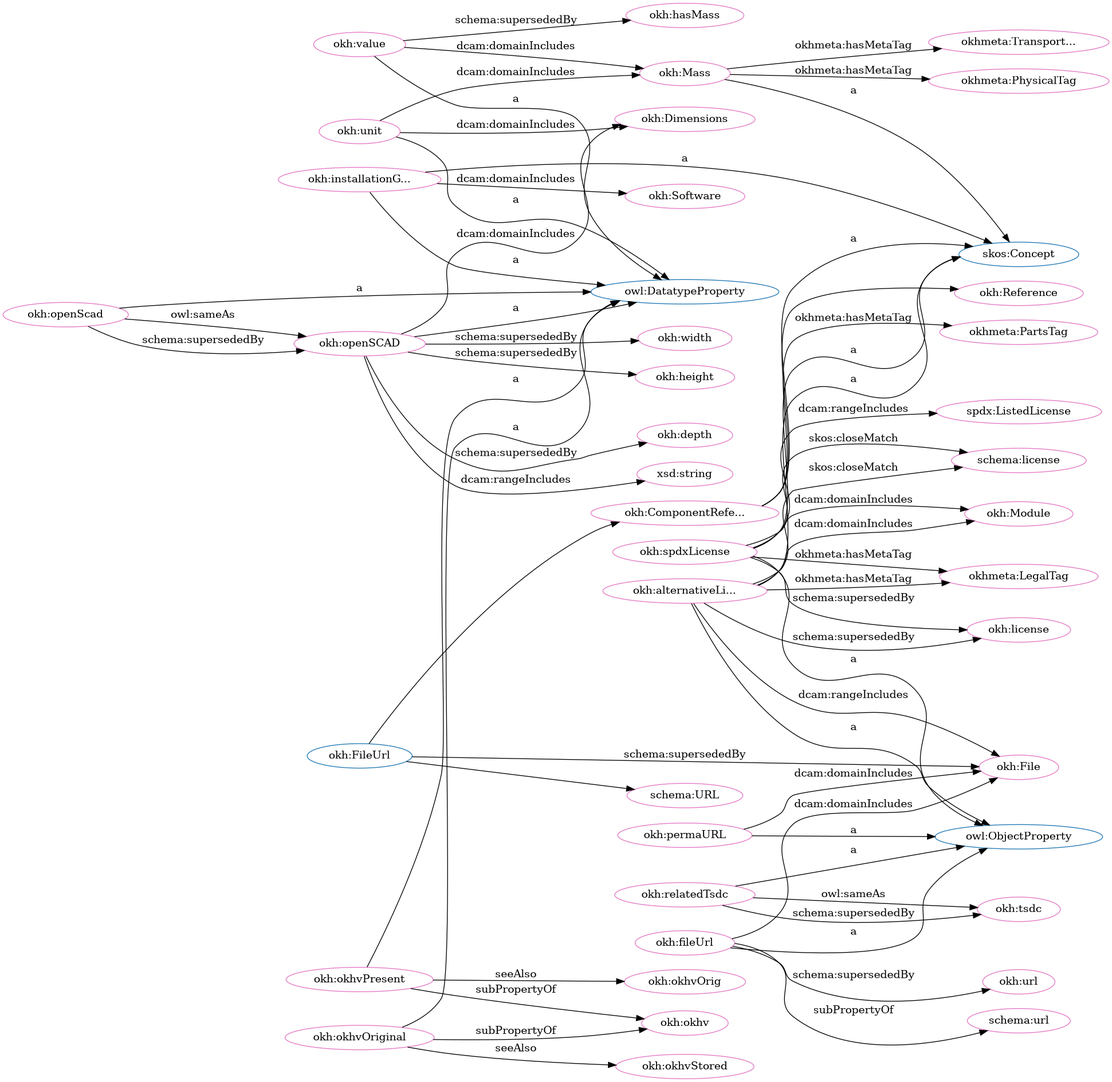
This is src/spec/dot_okh_deprecated.png from iop-alliance/OpenKnowHow, a Graphviz export, as it was before one commit. Its source is kept beside it as src/spec/dot_okh_deprecated.dot.
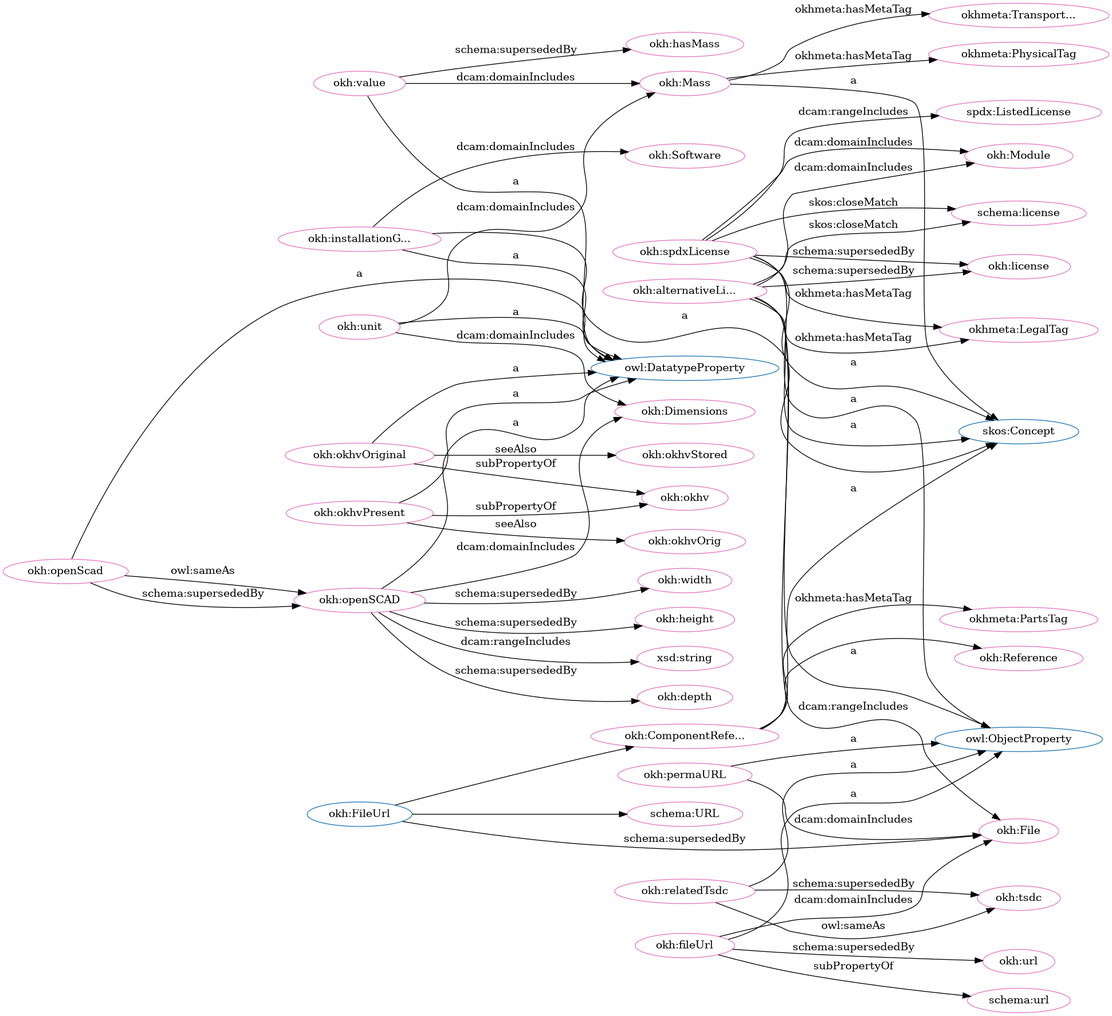
The same file after the commit.

The edit, as a diff of the source:
```diff
@@ -1,106 +1,106 @@
 digraph G {
   rankdir=BT
   node[height=.3]
+"http://w3id.org/oseg/ont/okh#Reference" [fillcolor="#1f77b4" color="#1f77b4" label="okh:Reference"]
+"http://w3id.org/oseg/ont/okh#FileUrl" [fillcolor="#1f77b4" color="#1f77b4" label="okh:FileUrl"]
+"http://schema.org/URL" [fillcolor="#1f77b4" color="#1f77b4" label="schema:URL"]
 "http://www.w3.org/2002/07/owl#DatatypeProperty" [fillcolor="#1f77b4" color="#1f77b4" label="owl:DatatypeProperty"]
-"http://schema.org/URL" [fillcolor="#1f77b4" color="#1f77b4" label="schema:URL"]
 "http://www.w3.org/2004/02/skos/core#Concept" [fillcolor="#1f77b4" color="#1f77b4" label="skos:Concept"]
-"http://w3id.org/oseg/ont/okh#Reference" [fillcolor="#1f77b4" color="#1f77b4" label="okh:Reference"]
+"http://www.w3.org/2002/07/owl#ObjectProperty" [fillcolor="#1f77b4" color="#1f77b4" label="owl:ObjectProperty"]
+"http://w3id.org/oseg/ont/okh#ComponentReference" [fillcolor="#1f77b4" color="#1f77b4" label="okh:ComponentRefe..."]
 "http://w3id.org/oseg/ont/okh#Mass" [fillcolor="#1f77b4" color="#1f77b4" label="okh:Mass"]
-"http://w3id.org/oseg/ont/okh#ComponentReference" [fillcolor="#1f77b4" color="#1f77b4" label="okh:ComponentRefe..."]
-"http://w3id.org/oseg/ont/okh#FileUrl" [fillcolor="#1f77b4" color="#1f77b4" label="okh:FileUrl"]
-"http://www.w3.org/2002/07/owl#ObjectProperty" [fillcolor="#1f77b4" color="#1f77b4" label="owl:ObjectProperty"]
+"http://w3id.org/oseg/ont/okh#relatedTsdc" [fillcolor="#e377c2" color="#e377c2" label="okh:relatedTsdc"]
+"http://w3id.org/oseg/ont/okh#spdxLicense" [fillcolor="#e377c2" color="#e377c2" label="okh:spdxLicense"]
+"http://w3id.org/oseg/ont/okhmetaPhysicalTag" [fillcolor="#e377c2" color="#e377c2" label="okhmeta:PhysicalTag"]
+"http://w3id.org/oseg/ont/okhmetaLegalTag" [fillcolor="#e377c2" color="#e377c2" label="okhmeta:LegalTag"]
+"http://w3id.org/oseg/ont/okh#okhvOriginal" [fillcolor="#e377c2" color="#e377c2" label="okh:okhvOriginal"]
+"http://w3id.org/oseg/ont/okh#tsdc" [fillcolor="#e377c2" color="#e377c2" label="okh:tsdc"]
+"http://w3id.org/oseg/ont/okh#value" [fillcolor="#e377c2" color="#e377c2" label="okh:value"]
+"http://w3id.org/oseg/ont/okh#okhvPresent" [fillcolor="#e377c2" color="#e377c2" label="okh:okhvPresent"]
+"http://w3id.org/oseg/ont/okh#installationGuide" [fillcolor="#e377c2" color="#e377c2" label="okh:installationG..."]
+"http://w3id.org/oseg/ont/okh#Mass" [fillcolor="#e377c2" color="#e377c2" label="okh:Mass"]
+"http://w3id.org/oseg/ont/okh#ComponentReference" [fillcolor="#e377c2" color="#e377c2" label="okh:ComponentRefe..."]
+"http://schema.org/URL" [fillcolor="#e377c2" color="#e377c2" label="schema:URL"]
+"http://w3id.org/oseg/ont/okh#File" [fillcolor="#e377c2" color="#e377c2" label="okh:File"]
+"http://w3id.org/oseg/ont/okh#Reference" [fillcolor="#e377c2" color="#e377c2" label="okh:Reference"]
+"http://w3id.org/oseg/ont/okh#openScad" [fillcolor="#e377c2" color="#e377c2" label="okh:openScad"]
+"http://w3id.org/oseg/ont/okh#height" [fillcolor="#e377c2" color="#e377c2" label="okh:height"]
+"http://w3id.org/oseg/ont/okh#fileUrl" [fillcolor="#e377c2" color="#e377c2" label="okh:fileUrl"]
+"http://w3id.org/oseg/ont/okh#unit" [fillcolor="#e377c2" color="#e377c2" label="okh:unit"]
 "http://w3id.org/oseg/ont/okh#Dimensions" [fillcolor="#e377c2" color="#e377c2" label="okh:Dimensions"]
+"http://schema.org/license" [fillcolor="#e377c2" color="#e377c2" label="schema:license"]
+"http://w3id.org/oseg/ont/okh#url" [fillcolor="#e377c2" color="#e377c2" label="okh:url"]
 "http://w3id.org/oseg/ont/okh#depth" [fillcolor="#e377c2" color="#e377c2" label="okh:depth"]
+"http://w3id.org/oseg/ont/okh#alternativeLicense" [fillcolor="#e377c2" color="#e377c2" label="okh:alternativeLi..."]
+"http://w3id.org/oseg/ont/okh#hasMass" [fillcolor="#e377c2" color="#e377c2" label="okh:hasMass"]
+"http://spdx.org/rdf/terms#ListedLicense" [fillcolor="#e377c2" color="#e377c2" label="spdx:ListedLicense"]
+"http://w3id.org/oseg/ont/okh#okhvOrig" [fillcolor="#e377c2" color="#e377c2" label="okh:okhvOrig"]
+"http://w3id.org/oseg/ont/okh#openSCAD" [fillcolor="#e377c2" color="#e377c2" label="okh:openSCAD"]
+"http://w3id.org/oseg/ont/okh#Module" [fillcolor="#e377c2" color="#e377c2" label="okh:Module"]
+"http://w3id.org/oseg/ont/okhmetaTransportationTag" [fillcolor="#e377c2" color="#e377c2" label="okhmeta:Transport..."]
+"http://w3id.org/oseg/ont/okh#license" [fillcolor="#e377c2" color="#e377c2" label="okh:license"]
 "http://w3id.org/oseg/ont/okh#okhv" [fillcolor="#e377c2" color="#e377c2" label="okh:okhv"]
-"http://w3id.org/oseg/ont/okh#Mass" [fillcolor="#e377c2" color="#e377c2" label="okh:Mass"]
+"http://w3id.org/oseg/ont/okh#width" [fillcolor="#e377c2" color="#e377c2" label="okh:width"]
+"http://www.w3.org/2001/XMLSchema#string" [fillcolor="#e377c2" color="#e377c2" label="xsd:string"]
+"http://w3id.org/oseg/ont/okh#okhvStored" [fillcolor="#e377c2" color="#e377c2" label="okh:okhvStored"]
+"http://w3id.org/oseg/ont/okh#permaURL" [fillcolor="#e377c2" color="#e377c2" label="okh:permaURL"]
+"http://w3id.org/oseg/ont/okh#Software" [fillcolor="#e377c2" color="#e377c2" label="okh:Software"]
 "http://schema.org/url" [fillcolor="#e377c2" color="#e377c2" label="schema:url"]
-"http://w3id.org/oseg/ont/okh#File" [fillcolor="#e377c2" color="#e377c2" label="okh:File"]
-"http://w3id.org/oseg/ont/okhmetaLegalTag" [fillcolor="#e377c2" color="#e377c2" label="okhmeta:LegalTag"]
-"http://w3id.org/oseg/ont/okh#alternativeLicense" [fillcolor="#e377c2" color="#e377c2" label="okh:alternativeLi..."]
-"http://schema.org/license" [fillcolor="#e377c2" color="#e377c2" label="schema:license"]
-"http://w3id.org/oseg/ont/okh#Module" [fillcolor="#e377c2" color="#e377c2" label="okh:Module"]
-"http://w3id.org/oseg/ont/okh#hasMass" [fillcolor="#e377c2" color="#e377c2" label="okh:hasMass"]
-"http://w3id.org/oseg/ont/okh#license" [fillcolor="#e377c2" color="#e377c2" label="okh:license"]
-"http://www.w3.org/2001/XMLSchema#string" [fillcolor="#e377c2" color="#e377c2" label="xsd:string"]
-"http://w3id.org/oseg/ont/okh#ComponentReference" [fillcolor="#e377c2" color="#e377c2" label="okh:ComponentRefe..."]
 "http://w3id.org/oseg/ont/okhmetaPartsTag" [fillcolor="#e377c2" color="#e377c2" label="okhmeta:PartsTag"]
-"http://w3id.org/oseg/ont/okh#width" [fillcolor="#e377c2" color="#e377c2" label="okh:width"]
-"http://w3id.org/oseg/ont/okh#spdxLicense" [fillcolor="#e377c2" color="#e377c2" label="okh:spdxLicense"]
-"http://w3id.org/oseg/ont/okhmetaTransportationTag" [fillcolor="#e377c2" color="#e377c2" label="okhmeta:Transport..."]
-"http://w3id.org/oseg/ont/okh#installationGuide" [fillcolor="#e377c2" color="#e377c2" label="okh:installationG..."]
-"http://spdx.org/rdf/terms#ListedLicense" [fillcolor="#e377c2" color="#e377c2" label="spdx:ListedLicense"]
-"http://w3id.org/oseg/ont/okh#openScad" [fillcolor="#e377c2" color="#e377c2" label="okh:openScad"]
-"http://w3id.org/oseg/ont/okh#Reference" [fillcolor="#e377c2" color="#e377c2" label="okh:Reference"]
-"http://w3id.org/oseg/ont/okh#value" [fillcolor="#e377c2" color="#e377c2" label="okh:value"]
-"http://w3id.org/oseg/ont/okh#openSCAD" [fillcolor="#e377c2" color="#e377c2" label="okh:openSCAD"]
-"http://w3id.org/oseg/ont/okh#permaURL" [fillcolor="#e377c2" color="#e377c2" label="okh:permaURL"]
-"http://w3id.org/oseg/ont/okh#okhvStored" [fillcolor="#e377c2" color="#e377c2" label="okh:okhvStored"]
-"http://w3id.org/oseg/ont/okh#tsdc" [fillcolor="#e377c2" color="#e377c2" label="okh:tsdc"]
-"http://w3id.org/oseg/ont/okh#url" [fillcolor="#e377c2" color="#e377c2" label="okh:url"]
-"http://w3id.org/oseg/ont/okh#Software" [fillcolor="#e377c2" color="#e377c2" label="okh:Software"]
-"http://w3id.org/oseg/ont/okhmetaPhysicalTag" [fillcolor="#e377c2" color="#e377c2" label="okhmeta:PhysicalTag"]
-"http://w3id.org/oseg/ont/okh#okhvPresent" [fillcolor="#e377c2" color="#e377c2" label="okh:okhvPresent"]
-"http://w3id.org/oseg/ont/okh#unit" [fillcolor="#e377c2" color="#e377c2" label="okh:unit"]
-"http://w3id.org/oseg/ont/okh#relatedTsdc" [fillcolor="#e377c2" color="#e377c2" label="okh:relatedTsdc"]
-"http://w3id.org/oseg/ont/okh#okhvOriginal" [fillcolor="#e377c2" color="#e377c2" label="okh:okhvOriginal"]
-"http://schema.org/URL" [fillcolor="#e377c2" color="#e377c2" label="schema:URL"]
-"http://w3id.org/oseg/ont/okh#fileUrl" [fillcolor="#e377c2" color="#e377c2" label="okh:fileUrl"]
-"http://w3id.org/oseg/ont/okh#height" [fillcolor="#e377c2" color="#e377c2" label="okh:height"]
-"http://w3id.org/oseg/ont/okh#okhvOrig" [fillcolor="#e377c2" color="#e377c2" label="okh:okhvOrig"]
+  "http://w3id.org/oseg/ont/okh#relatedTsdc" -> "http://www.w3.org/2002/07/owl#ObjectProperty" [label="a"]
+  "http://w3id.org/oseg/ont/okh#spdxLicense" -> "http://www.w3.org/2004/02/skos/core#Concept" [label="a"]
+  "http://w3id.org/oseg/ont/okh#Mass" -> "http://w3id.org/oseg/ont/okhmetaPhysicalTag" [label="okhmeta:hasMetaTag"]
+  "http://w3id.org/oseg/ont/okh#spdxLicense" -> "http://w3id.org/oseg/ont/okhmetaLegalTag" [label="okhmeta:hasMetaTag"]
+  "http://w3id.org/oseg/ont/okh#okhvOriginal" -> "http://www.w3.org/2002/07/owl#DatatypeProperty" [label="a"]
+  "http://w3id.org/oseg/ont/okh#relatedTsdc" -> "http://w3id.org/oseg/ont/okh#tsdc" [label="schema:supersededBy"]
+  "http://w3id.org/oseg/ont/okh#value" -> "http://www.w3.org/2002/07/owl#DatatypeProperty" [label="a"]
+  "http://w3id.org/oseg/ont/okh#okhvPresent" -> "http://www.w3.org/2002/07/owl#DatatypeProperty" [label="a"]
+  "http://w3id.org/oseg/ont/okh#installationGuide" -> "http://www.w3.org/2004/02/skos/core#Concept" [label="a"]
+  "http://w3id.org/oseg/ont/okh#Mass" -> "http://www.w3.org/2004/02/skos/core#Concept" [label="a"]
+  "http://w3id.org/oseg/ont/okh#FileUrl" -> "http://w3id.org/oseg/ont/okh#ComponentReference" [label=""]
+  "http://w3id.org/oseg/ont/okh#value" -> "http://w3id.org/oseg/ont/okh#Mass" [label="dcam:domainIncludes"]
+  "http://w3id.org/oseg/ont/okh#FileUrl" -> "http://schema.org/URL" [label=""]
+  "http://w3id.org/oseg/ont/okh#permaURL" -> "http://w3id.org/oseg/ont/okh#File" [label="dcam:domainIncludes"]
+  "http://w3id.org/oseg/ont/okh#ComponentReference" -> "http://w3id.org/oseg/ont/okh#Reference" [label=""]
+  "http://w3id.org/oseg/ont/okh#openScad" -> "http://www.w3.org/2002/07/owl#DatatypeProperty" [label="a"]
+  "http://w3id.org/oseg/ont/okh#openSCAD" -> "http://w3id.org/oseg/ont/okh#height" [label="schema:supersededBy"]
+  "http://w3id.org/oseg/ont/okh#fileUrl" -> "http://www.w3.org/2002/07/owl#ObjectProperty" [label="a"]
+  "http://w3id.org/oseg/ont/okh#unit" -> "http://www.w3.org/2002/07/owl#DatatypeProperty" [label="a"]
   "http://w3id.org/oseg/ont/okh#openSCAD" -> "http://w3id.org/oseg/ont/okh#Dimensions" [label="dcam:domainIncludes"]
+  "http://w3id.org/oseg/ont/okh#alternativeLicense" -> "http://schema.org/license" [label="skos:closeMatch"]
+  "http://w3id.org/oseg/ont/okh#fileUrl" -> "http://w3id.org/oseg/ont/okh#url" [label="schema:supersededBy"]
   "http://w3id.org/oseg/ont/okh#openSCAD" -> "http://w3id.org/oseg/ont/okh#depth" [label="schema:supersededBy"]
-  "http://w3id.org/oseg/ont/okh#okhvPresent" -> "http://w3id.org/oseg/ont/okh#okhv" [label="subPropertyOf"]
+  "http://w3id.org/oseg/ont/okh#alternativeLicense" -> "http://www.w3.org/2002/07/owl#ObjectProperty" [label="a"]
+  "http://w3id.org/oseg/ont/okh#value" -> "http://w3id.org/oseg/ont/okh#hasMass" [label="schema:supersededBy"]
+  "http://w3id.org/oseg/ont/okh#spdxLicense" -> "http://spdx.org/rdf/terms#ListedLicense" [label="dcam:rangeIncludes"]
   "http://w3id.org/oseg/ont/okh#unit" -> "http://w3id.org/oseg/ont/okh#Mass" [label="dcam:domainIncludes"]
-  "http://w3id.org/oseg/ont/okh#fileUrl" -> "http://schema.org/url" [label="subPropertyOf"]
-  "http://w3id.org/oseg/ont/okh#permaURL" -> "http://w3id.org/oseg/ont/okh#File" [label="dcam:domainIncludes"]
-  "http://w3id.org/oseg/ont/okh#value" -> "http://w3id.org/oseg/ont/okh#Mass" [label="dcam:domainIncludes"]
+  "http://w3id.org/oseg/ont/okh#FileUrl" -> "http://w3id.org/oseg/ont/okh#File" [label="schema:supersededBy"]
+  "http://w3id.org/oseg/ont/okh#okhvPresent" -> "http://w3id.org/oseg/ont/okh#okhvOrig" [label="seeAlso"]
+  "http://w3id.org/oseg/ont/okh#unit" -> "http://w3id.org/oseg/ont/okh#Dimensions" [label="dcam:domainIncludes"]
+  "http://w3id.org/oseg/ont/okh#openScad" -> "http://w3id.org/oseg/ont/okh#openSCAD" [label="schema:supersededBy"]
+  "http://w3id.org/oseg/ont/okh#alternativeLicense" -> "http://w3id.org/oseg/ont/okh#Module" [label="dcam:domainIncludes"]
+  "http://w3id.org/oseg/ont/okh#Mass" -> "http://w3id.org/oseg/ont/okhmetaTransportationTag" [label="okhmeta:hasMetaTag"]
   "http://w3id.org/oseg/ont/okh#alternativeLicense" -> "http://w3id.org/oseg/ont/okhmetaLegalTag" [label="okhmeta:hasMetaTag"]
+  "http://w3id.org/oseg/ont/okh#relatedTsdc" -> "http://w3id.org/oseg/ont/okh#tsdc" [label="owl:sameAs"]
+  "http://w3id.org/oseg/ont/okh#openSCAD" -> "http://www.w3.org/2002/07/owl#DatatypeProperty" [label="a"]
+  "http://w3id.org/oseg/ont/okh#alternativeLicense" -> "http://w3id.org/oseg/ont/okh#license" [label="schema:supersededBy"]
   "http://w3id.org/oseg/ont/okh#okhvOriginal" -> "http://w3id.org/oseg/ont/okh#okhv" [label="subPropertyOf"]
+  "http://w3id.org/oseg/ont/okh#openSCAD" -> "http://w3id.org/oseg/ont/okh#width" [label="schema:supersededBy"]
+  "http://w3id.org/oseg/ont/okh#spdxLicense" -> "http://schema.org/license" [label="skos:closeMatch"]
+  "http://w3id.org/oseg/ont/okh#spdxLicense" -> "http://www.w3.org/2002/07/owl#ObjectProperty" [label="a"]
+  "http://w3id.org/oseg/ont/okh#fileUrl" -> "http://w3id.org/oseg/ont/okh#File" [label="dcam:domainIncludes"]
   "http://w3id.org/oseg/ont/okh#alternativeLicense" -> "http://www.w3.org/2004/02/skos/core#Concept" [label="a"]
-  "http://w3id.org/oseg/ont/okh#spdxLicense" -> "http://w3id.org/oseg/ont/okhmetaLegalTag" [label="okhmeta:hasMetaTag"]
-  "http://w3id.org/oseg/ont/okh#alternativeLicense" -> "http://schema.org/license" [label="skos:closeMatch"]
-  "http://w3id.org/oseg/ont/okh#spdxLicense" -> "http://w3id.org/oseg/ont/okh#Module" [label="dcam:domainIncludes"]
-  "http://w3id.org/oseg/ont/okh#value" -> "http://w3id.org/oseg/ont/okh#hasMass" [label="schema:supersededBy"]
-  "http://w3id.org/oseg/ont/okh#spdxLicense" -> "http://w3id.org/oseg/ont/okh#license" [label="schema:supersededBy"]
   "http://w3id.org/oseg/ont/okh#openSCAD" -> "http://www.w3.org/2001/XMLSchema#string" [label="dcam:rangeIncludes"]
   "http://w3id.org/oseg/ont/okh#ComponentReference" -> "http://www.w3.org/2004/02/skos/core#Concept" [label="a"]
+  "http://w3id.org/oseg/ont/okh#okhvOriginal" -> "http://w3id.org/oseg/ont/okh#okhvStored" [label="seeAlso"]
+  "http://w3id.org/oseg/ont/okh#spdxLicense" -> "http://w3id.org/oseg/ont/okh#Module" [label="dcam:domainIncludes"]
+  "http://w3id.org/oseg/ont/okh#openScad" -> "http://w3id.org/oseg/ont/okh#openSCAD" [label="owl:sameAs"]
+  "http://w3id.org/oseg/ont/okh#permaURL" -> "http://www.w3.org/2002/07/owl#ObjectProperty" [label="a"]
+  "http://w3id.org/oseg/ont/okh#installationGuide" -> "http://w3id.org/oseg/ont/okh#Software" [label="dcam:domainIncludes"]
+  "http://w3id.org/oseg/ont/okh#alternativeLicense" -> "http://w3id.org/oseg/ont/okh#File" [label="dcam:rangeIncludes"]
+  "http://w3id.org/oseg/ont/okh#spdxLicense" -> "http://w3id.org/oseg/ont/okh#license" [label="schema:supersededBy"]
+  "http://w3id.org/oseg/ont/okh#fileUrl" -> "http://schema.org/url" [label="subPropertyOf"]
   "http://w3id.org/oseg/ont/okh#ComponentReference" -> "http://w3id.org/oseg/ont/okhmetaPartsTag" [label="okhmeta:hasMetaTag"]
-  "http://w3id.org/oseg/ont/okh#alternativeLicense" -> "http://w3id.org/oseg/ont/okh#File" [label="dcam:rangeIncludes"]
-  "http://w3id.org/oseg/ont/okh#fileUrl" -> "http://w3id.org/oseg/ont/okh#File" [label="dcam:domainIncludes"]
-  "http://w3id.org/oseg/ont/okh#openSCAD" -> "http://w3id.org/oseg/ont/okh#width" [label="schema:supersededBy"]
-  "http://w3id.org/oseg/ont/okh#spdxLicense" -> "http://www.w3.org/2004/02/skos/core#Concept" [label="a"]
-  "http://w3id.org/oseg/ont/okh#Mass" -> "http://w3id.org/oseg/ont/okhmetaTransportationTag" [label="okhmeta:hasMetaTag"]
+  "http://w3id.org/oseg/ont/okh#okhvPresent" -> "http://w3id.org/oseg/ont/okh#okhv" [label="subPropertyOf"]
   "http://w3id.org/oseg/ont/okh#installationGuide" -> "http://www.w3.org/2002/07/owl#DatatypeProperty" [label="a"]
-  "http://w3id.org/oseg/ont/okh#spdxLicense" -> "http://spdx.org/rdf/terms#ListedLicense" [label="dcam:rangeIncludes"]
-  "http://w3id.org/oseg/ont/okh#openScad" -> "http://www.w3.org/2002/07/owl#DatatypeProperty" [label="a"]
-  "http://w3id.org/oseg/ont/okh#alternativeLicense" -> "http://w3id.org/oseg/ont/okh#license" [label="schema:supersededBy"]
-  "http://w3id.org/oseg/ont/okh#ComponentReference" -> "http://w3id.org/oseg/ont/okh#Reference" [label=""]
-  "http://w3id.org/oseg/ont/okh#Mass" -> "http://www.w3.org/2004/02/skos/core#Concept" [label="a"]
-  "http://w3id.org/oseg/ont/okh#value" -> "http://www.w3.org/2002/07/owl#DatatypeProperty" [label="a"]
-  "http://w3id.org/oseg/ont/okh#openScad" -> "http://w3id.org/oseg/ont/okh#openSCAD" [label="owl:sameAs"]
-  "http://w3id.org/oseg/ont/okh#FileUrl" -> "http://w3id.org/oseg/ont/okh#ComponentReference" [label=""]
-  "http://w3id.org/oseg/ont/okh#permaURL" -> "http://www.w3.org/2002/07/owl#ObjectProperty" [label="a"]
-  "http://w3id.org/oseg/ont/okh#okhvOriginal" -> "http://w3id.org/oseg/ont/okh#okhvStored" [label="seeAlso"]
-  "http://w3id.org/oseg/ont/okh#relatedTsdc" -> "http://w3id.org/oseg/ont/okh#tsdc" [label="owl:sameAs"]
-  "http://w3id.org/oseg/ont/okh#openScad" -> "http://w3id.org/oseg/ont/okh#openSCAD" [label="schema:supersededBy"]
-  "http://w3id.org/oseg/ont/okh#fileUrl" -> "http://w3id.org/oseg/ont/okh#url" [label="schema:supersededBy"]
-  "http://w3id.org/oseg/ont/okh#installationGuide" -> "http://w3id.org/oseg/ont/okh#Software" [label="dcam:domainIncludes"]
-  "http://w3id.org/oseg/ont/okh#Mass" -> "http://w3id.org/oseg/ont/okhmetaPhysicalTag" [label="okhmeta:hasMetaTag"]
-  "http://w3id.org/oseg/ont/okh#okhvPresent" -> "http://www.w3.org/2002/07/owl#DatatypeProperty" [label="a"]
-  "http://w3id.org/oseg/ont/okh#unit" -> "http://w3id.org/oseg/ont/okh#Dimensions" [label="dcam:domainIncludes"]
-  "http://w3id.org/oseg/ont/okh#relatedTsdc" -> "http://w3id.org/oseg/ont/okh#tsdc" [label="schema:supersededBy"]
-  "http://w3id.org/oseg/ont/okh#spdxLicense" -> "http://www.w3.org/2002/07/owl#ObjectProperty" [label="a"]
-  "http://w3id.org/oseg/ont/okh#unit" -> "http://www.w3.org/2002/07/owl#DatatypeProperty" [label="a"]
-  "http://w3id.org/oseg/ont/okh#alternativeLicense" -> "http://www.w3.org/2002/07/owl#ObjectProperty" [label="a"]
-  "http://w3id.org/oseg/ont/okh#openSCAD" -> "http://www.w3.org/2002/07/owl#DatatypeProperty" [label="a"]
-  "http://w3id.org/oseg/ont/okh#relatedTsdc" -> "http://www.w3.org/2002/07/owl#ObjectProperty" [label="a"]
-  "http://w3id.org/oseg/ont/okh#okhvOriginal" -> "http://www.w3.org/2002/07/owl#DatatypeProperty" [label="a"]
-  "http://w3id.org/oseg/ont/okh#FileUrl" -> "http://schema.org/URL" [label=""]
-  "http://w3id.org/oseg/ont/okh#FileUrl" -> "http://w3id.org/oseg/ont/okh#File" [label="schema:supersededBy"]
-  "http://w3id.org/oseg/ont/okh#fileUrl" -> "http://www.w3.org/2002/07/owl#ObjectProperty" [label="a"]
-  "http://w3id.org/oseg/ont/okh#openSCAD" -> "http://w3id.org/oseg/ont/okh#height" [label="schema:supersededBy"]
-  "http://w3id.org/oseg/ont/okh#installationGuide" -> "http://www.w3.org/2004/02/skos/core#Concept" [label="a"]
-  "http://w3id.org/oseg/ont/okh#spdxLicense" -> "http://schema.org/license" [label="skos:closeMatch"]
-  "http://w3id.org/oseg/ont/okh#okhvPresent" -> "http://w3id.org/oseg/ont/okh#okhvOrig" [label="seeAlso"]
-  "http://w3id.org/oseg/ont/okh#alternativeLicense" -> "http://w3id.org/oseg/ont/okh#Module" [label="dcam:domainIncludes"]
 }
```
